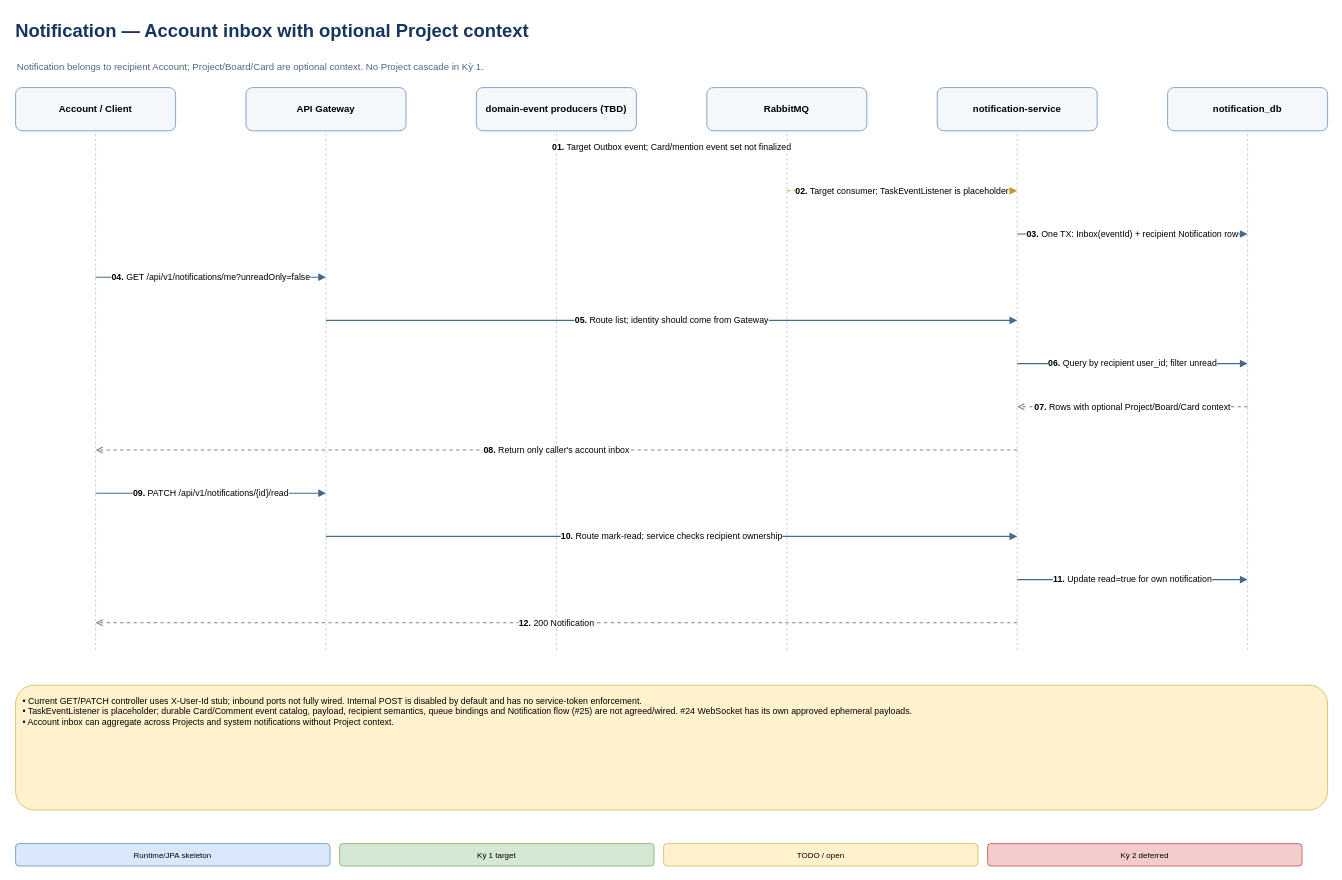
Above: page "13 - Notification lifecycle" (14 of 17) of docs/project/dev-platform-system-design.drawio in gekok/Dev-Platform (draw.io), before the change. Source tidied: cells renumbered, new cells numbered last; positions are measured from the earlier drawing's top-left corner, leaving out a move shared by most shapes. Both pictures are drawn from the tidied source at 80%, with x=0, y=0 at pixel (14, 14).
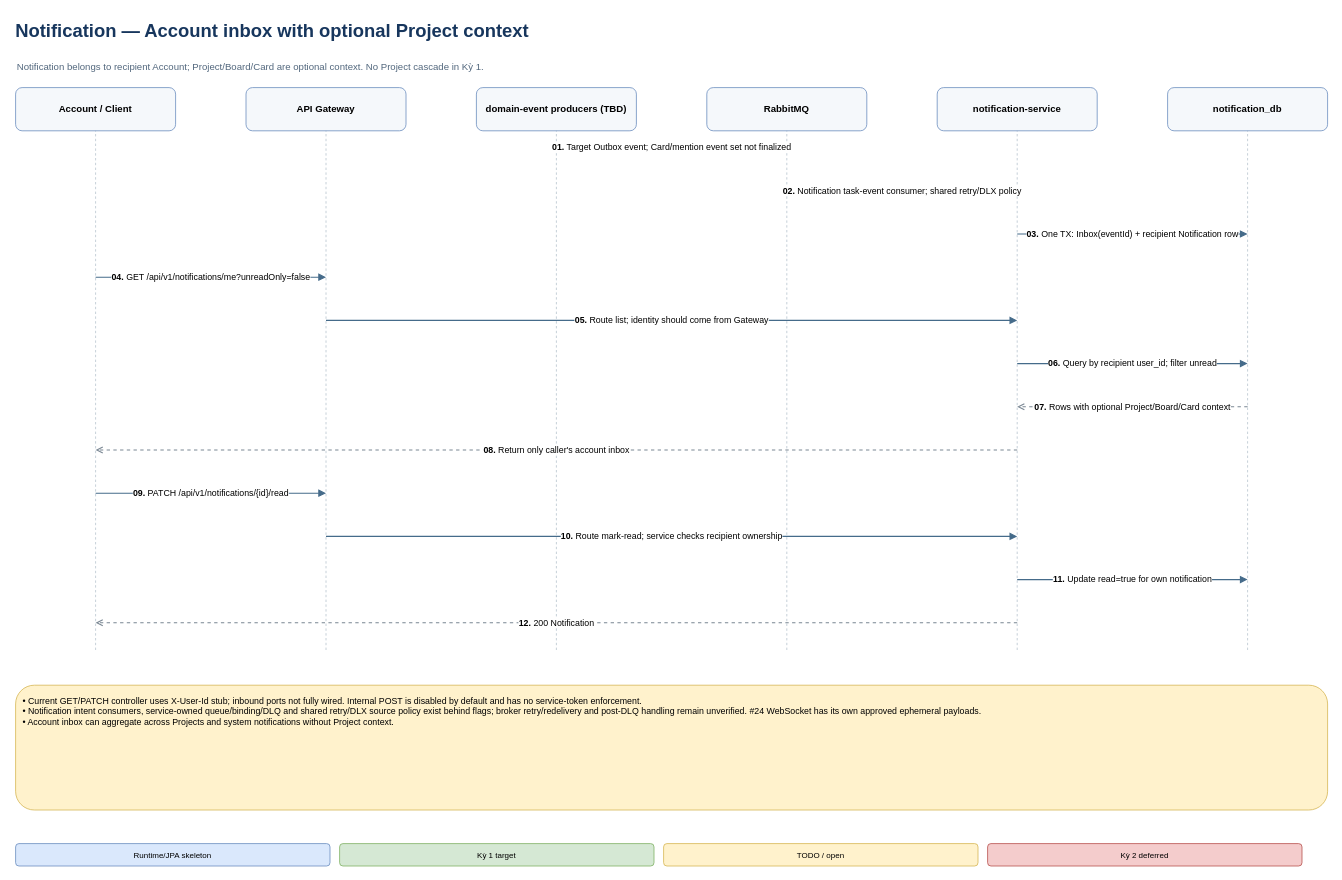
The same diagram, later.

Change to the diagram source:
```diff
@@
-    <mxCell id="9" value="&lt;b&gt;02.&lt;/b&gt; Target consumer; TaskEventListener is placeholder" style="edgeStyle=none;html=1;rounded=0;strokeColor=#c89b2c;strokeWidth=1.4;dashed=1;endArrow=block;endFill=1;fontSize=11;labelBackgroundColor=#ffffff;align=center;verticalAlign=middle;" parent="1" edge="1">
+    <mxCell id="9" value="&lt;b&gt;02.&lt;/b&gt; Notification task-event consumer; shared retry/DLX policy" style="edgeStyle=none;html=1;rounded=0;strokeColor=#c89b2c;strokeWidth=1.4;dashed=1;endArrow=block;endFill=1;fontSize=11;labelBackgroundColor=#ffffff;align=center;verticalAlign=middle;" parent="1" edge="1">
       <mxGeometry relative="1" as="geometry">
         <mxPoint x="966" y="221" as="sourcePoint" />
         <mxPoint x="1254" y="221" as="targetPoint" />
       </mxGeometry>
     </mxCell>
@@
-    <mxCell id="28" value="• Current GET/PATCH controller uses X-User-Id stub; inbound ports not fully wired. Internal POST is disabled by default and has no service-token enforcement.&lt;br/&gt;• TaskEventListener is placeholder; durable Card/Comment event catalog, payload, recipient semantics, queue bindings and Notification flow (#25) are not agreed/wired. #24 WebSocket has its own approved ephemeral payloads.&lt;br/&gt;• Account inbox can aggregate across Projects and system notifications without Project context." style="rounded=1;whiteSpace=wrap;html=1;align=left;verticalAlign=top;spacing=9;fontSize=11;strokeColor=#d6b656;fillColor=#fff2cc;" parent="1" vertex="1">
+    <mxCell id="28" value="• Current GET/PATCH controller uses X-User-Id stub; inbound ports not fully wired. Internal POST is disabled by default and has no service-token enforcement.&lt;br/&gt;• Notification intent consumers, service-owned queue/binding/DLQ and shared retry/DLX source policy exist behind flags; broker retry/redelivery and post-DLQ handling remain unverified. #24 WebSocket has its own approved ephemeral payloads.&lt;br/&gt;• Account inbox can aggregate across Projects and system notifications without Project context." style="rounded=1;whiteSpace=wrap;html=1;align=left;verticalAlign=top;spacing=9;fontSize=11;strokeColor=#d6b656;fillColor=#fff2cc;" parent="1" vertex="1">
       <mxGeometry x="2" y="839" width="1640" height="156" as="geometry" />
     </mxCell>
```
